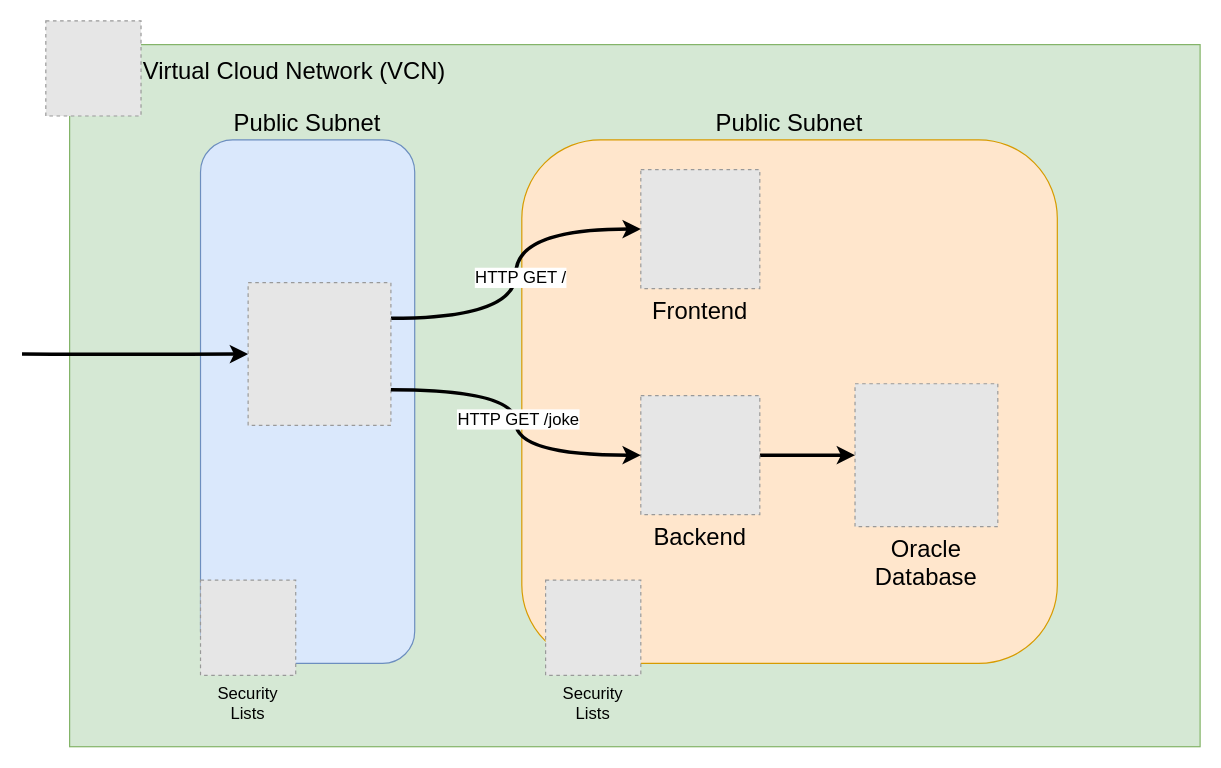
Earlier version of the draw.io diagram images/oci-fe-be-devops.drawio (vmleon/oci-fe-be-devops). Source tidied: cells renumbered, new cells numbered last; positions are measured from the earlier drawing's top-left corner, leaving out a move shared by most shapes. Both pictures are drawn from the tidied source at 119%, with x=0, y=0 at pixel (21, 20). Pictures stored in the file or linked from it are replaced by grey dashed boxes.
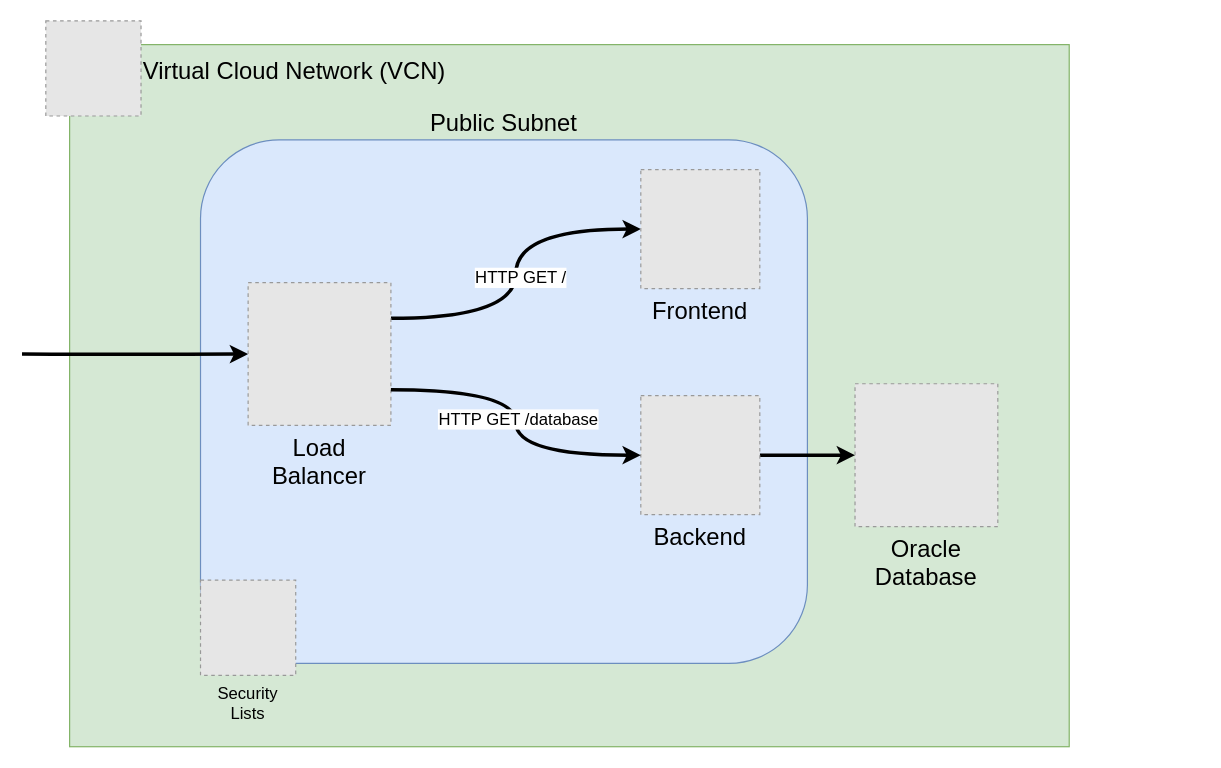
The same diagram, later.

The edit, as a diff of the source:
```diff
@@
 <mxGraphModel>
   <root>
     <mxCell id="0" />
     <mxCell id="1" parent="0" />
     <mxCell id="2" style="rounded=0;whiteSpace=wrap;html=1;shadow=0;fillColor=#d5e8d4;strokeColor=#82b366;" parent="1" vertex="1">
-      <mxGeometry x="40" y="20" width="950" height="590" as="geometry" />
+      <mxGeometry x="40" y="20" width="840" height="590" as="geometry" />
     </mxCell>
-    <mxCell id="3" value="Public Subnet" style="rounded=1;whiteSpace=wrap;html=1;shadow=0;labelPosition=center;verticalLabelPosition=top;align=center;verticalAlign=bottom;fillColor=#ffe6cc;strokeColor=#d79b00;fontSize=20;" parent="1" vertex="1">
-      <mxGeometry x="420" y="100" width="450" height="440" as="geometry" />
-    </mxCell>
     <mxCell id="4" value="Public Subnet" style="rounded=1;whiteSpace=wrap;html=1;shadow=0;labelPosition=center;verticalLabelPosition=top;align=center;verticalAlign=bottom;fillColor=#dae8fc;strokeColor=#6c8ebf;fontSize=20;" parent="1" vertex="1">
-      <mxGeometry x="150" y="100" width="180" height="440" as="geometry" />
+      <mxGeometry x="150" y="100" width="510" height="440" as="geometry" />
     </mxCell>
     <mxCell id="5" style="edgeStyle=orthogonalEdgeStyle;jettySize=auto;html=1;exitX=1;exitY=0.25;exitDx=0;exitDy=0;fontSize=14;strokeColor=default;curved=1;strokeWidth=3;" parent="1" edge="1" source="14" target="7">
       <mxGeometry relative="1" as="geometry" />
     </mxCell>
     <mxCell id="6" value="HTTP GET /" style="edgeLabel;html=1;align=center;verticalAlign=middle;fontSize=14;" parent="5" vertex="1">
       <mxGeometry x="-0.02" y="-3" relative="1" as="geometry" />
     </mxCell>
     <mxCell id="7" value="Frontend" style="fillColor=#E6E6E6;strokeColor=#999999;dashed=1;verticalLabelPosition=bottom;verticalAlign=top;fontSize=20;" parent="1" vertex="1">
       <mxGeometry x="520" y="125" width="100" height="100" as="geometry" />
     </mxCell>
     <mxCell id="8" style="edgeStyle=orthogonalEdgeStyle;curved=1;jettySize=auto;html=1;exitX=1;exitY=0.5;exitDx=0;exitDy=0;entryX=0;entryY=0.5;entryDx=0;entryDy=0;fontSize=14;strokeColor=default;strokeWidth=3;" parent="1" edge="1" source="9" target="12">
       <mxGeometry relative="1" as="geometry" />
     </mxCell>
     <mxCell id="9" value="Backend" style="fillColor=#E6E6E6;strokeColor=#999999;dashed=1;verticalLabelPosition=bottom;verticalAlign=top;fontSize=20;" parent="1" vertex="1">
       <mxGeometry x="520" y="315" width="100" height="100" as="geometry" />
     </mxCell>
     <mxCell id="10" value="Virtual Cloud Network (VCN)" style="fillColor=#E6E6E6;strokeColor=#999999;dashed=1;verticalLabelPosition=middle;verticalAlign=middle;labelPosition=right;align=left;fontSize=20;" parent="1" vertex="1">
       <mxGeometry x="20" width="80" height="80" as="geometry" />
     </mxCell>
-    <mxCell id="11" value="Security&#10;Lists" style="fillColor=#E6E6E6;strokeColor=#999999;dashed=1;verticalLabelPosition=bottom;verticalAlign=top;fontSize=14;" parent="1" vertex="1">
-      <mxGeometry x="440" y="470" width="80" height="80" as="geometry" />
-    </mxCell>
     <mxCell id="12" value="Oracle&#10;Database" style="fillColor=#E6E6E6;strokeColor=#999999;dashed=1;verticalLabelPosition=bottom;verticalAlign=top;fontSize=20;" parent="1" vertex="1">
       <mxGeometry x="700" y="305" width="120" height="120" as="geometry" />
     </mxCell>
     <mxCell id="13" style="edgeStyle=orthogonalEdgeStyle;curved=1;jettySize=auto;html=1;fontSize=14;strokeColor=default;strokeWidth=3;entryX=0;entryY=0.5;entryDx=0;entryDy=0;" parent="1" edge="1" target="14">
       <mxGeometry relative="1" as="geometry">
         <mxPoint y="280" as="sourcePoint" />
       </mxGeometry>
     </mxCell>
-    <mxCell id="14" style="fillColor=#E6E6E6;strokeColor=#999999;dashed=1;verticalLabelPosition=bottom;verticalAlign=top;" parent="1" vertex="1">
+    <mxCell id="14" value="Load&#10;Balancer" style="fillColor=#E6E6E6;strokeColor=#999999;dashed=1;verticalLabelPosition=bottom;verticalAlign=top;fontSize=20;" parent="1" vertex="1">
       <mxGeometry x="190" y="220" width="120" height="120" as="geometry" />
     </mxCell>
     <mxCell id="15" value="Security&#10;Lists" style="fillColor=#E6E6E6;strokeColor=#999999;dashed=1;verticalLabelPosition=bottom;verticalAlign=top;fontSize=14;" parent="1" vertex="1">
       <mxGeometry x="150" y="470" width="80" height="80" as="geometry" />
     </mxCell>
     <mxCell id="16" style="edgeStyle=orthogonalEdgeStyle;jettySize=auto;html=1;exitX=1;exitY=0.75;exitDx=0;exitDy=0;fontSize=14;strokeColor=default;curved=1;strokeWidth=3;" parent="1" edge="1" source="14" target="9">
       <mxGeometry relative="1" as="geometry" />
     </mxCell>
-    <mxCell id="17" value="HTTP GET /joke" style="edgeLabel;html=1;align=center;verticalAlign=middle;fontSize=14;" parent="16" vertex="1">
+    <mxCell id="17" value="HTTP GET /database" style="edgeLabel;html=1;align=center;verticalAlign=middle;fontSize=14;" parent="16" vertex="1">
       <mxGeometry x="-0.03" y="1" relative="1" as="geometry" />
     </mxCell>
   </root>
 </mxGraphModel>
```
